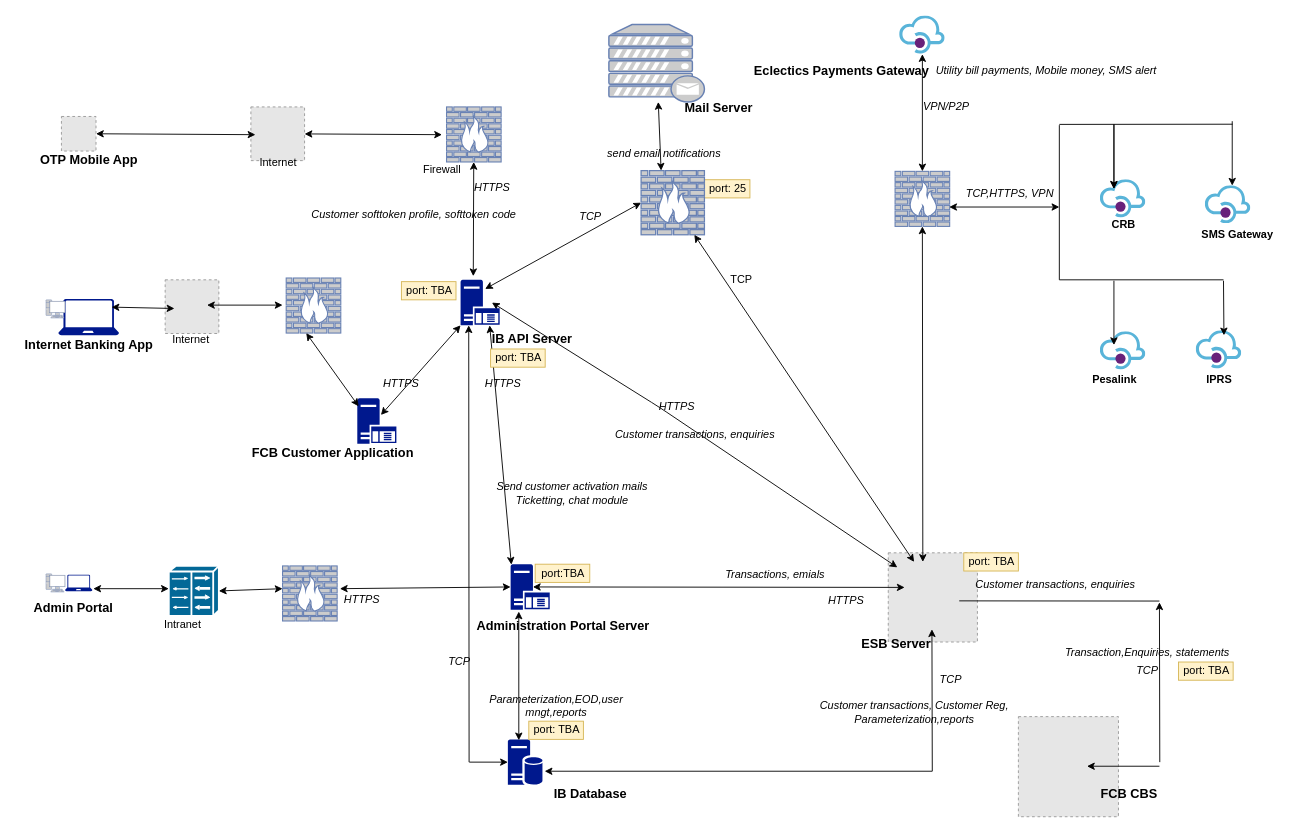
Earlier version of the draw.io diagram FCB IB SAD.drawio (embula/org-mydiagrams). Source tidied: cells renumbered, new cells numbered last; positions are measured from the earlier drawing's top-left corner, leaving out a move shared by most shapes. Both pictures are drawn from the tidied source at 91%, with x=0, y=0 at pixel (15, 15). Pictures stored in the file or linked from it are replaced by grey dashed boxes.
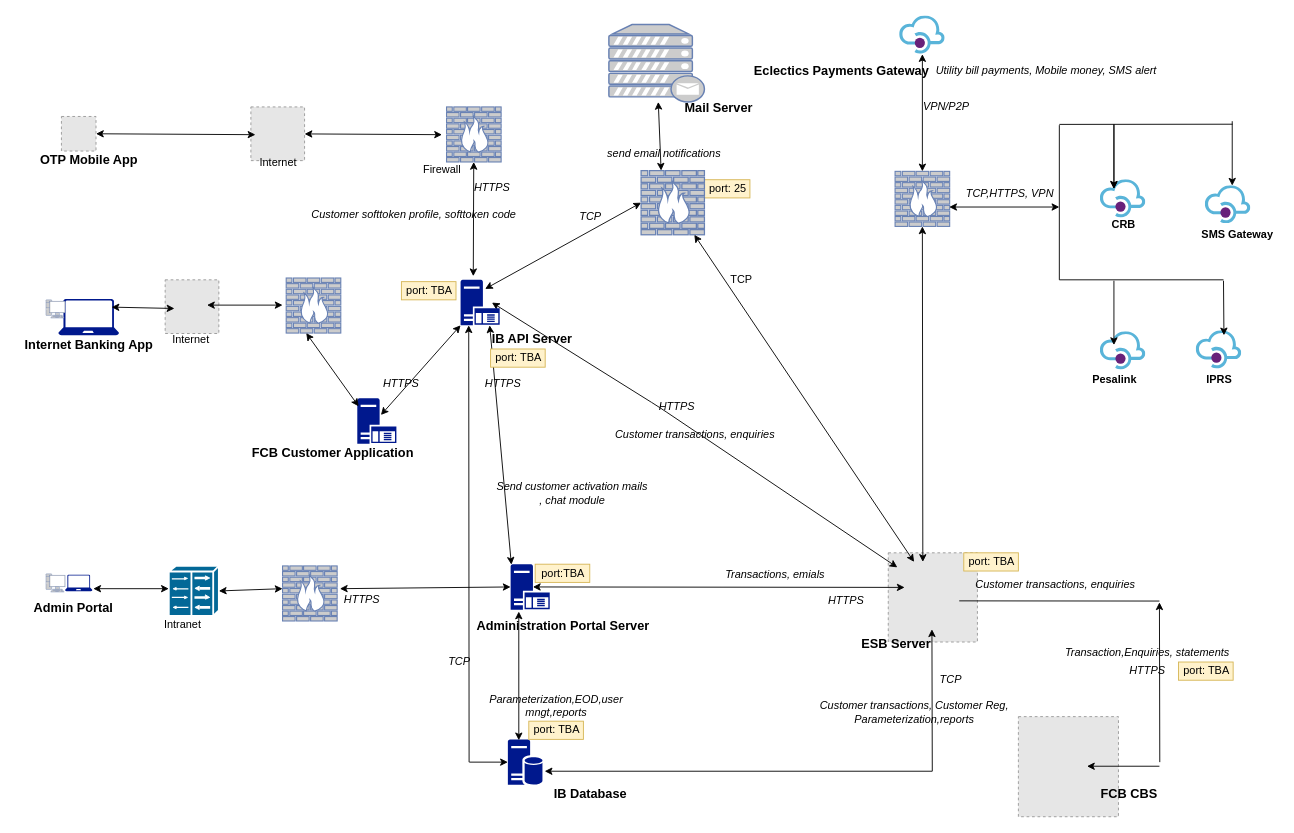
After the change.

The edit, as a diff of the source:
```diff
@@
-    <mxCell id="67" value="TCP" style="text;html=1;align=center;verticalAlign=middle;fontStyle=2;" parent="1" vertex="1">
-      <mxGeometry x="1222.6" y="710" width="40" height="20" as="geometry" />
+    <mxCell id="67" value="HTTPS" style="text;html=1;align=center;verticalAlign=middle;fontStyle=2;" parent="1" vertex="1">
+      <mxGeometry x="1217.6" y="710" width="50" height="20" as="geometry" />
     </mxCell>
@@
-    <mxCell id="78" value="&lt;div&gt;Send customer activation mails&lt;/div&gt;&lt;div&gt;Ticketting, chat module&lt;br&gt;&lt;/div&gt;" style="text;html=1;align=center;verticalAlign=middle;fontStyle=2;" parent="1" vertex="1">
+    <mxCell id="78" value="&lt;div&gt;Send customer activation mails&lt;/div&gt;&lt;div&gt;, chat module&lt;br&gt;&lt;/div&gt;" style="text;html=1;align=center;verticalAlign=middle;fontStyle=2;" parent="1" vertex="1">
       <mxGeometry x="520.6" y="510" width="180" height="30" as="geometry" />
     </mxCell>
```
